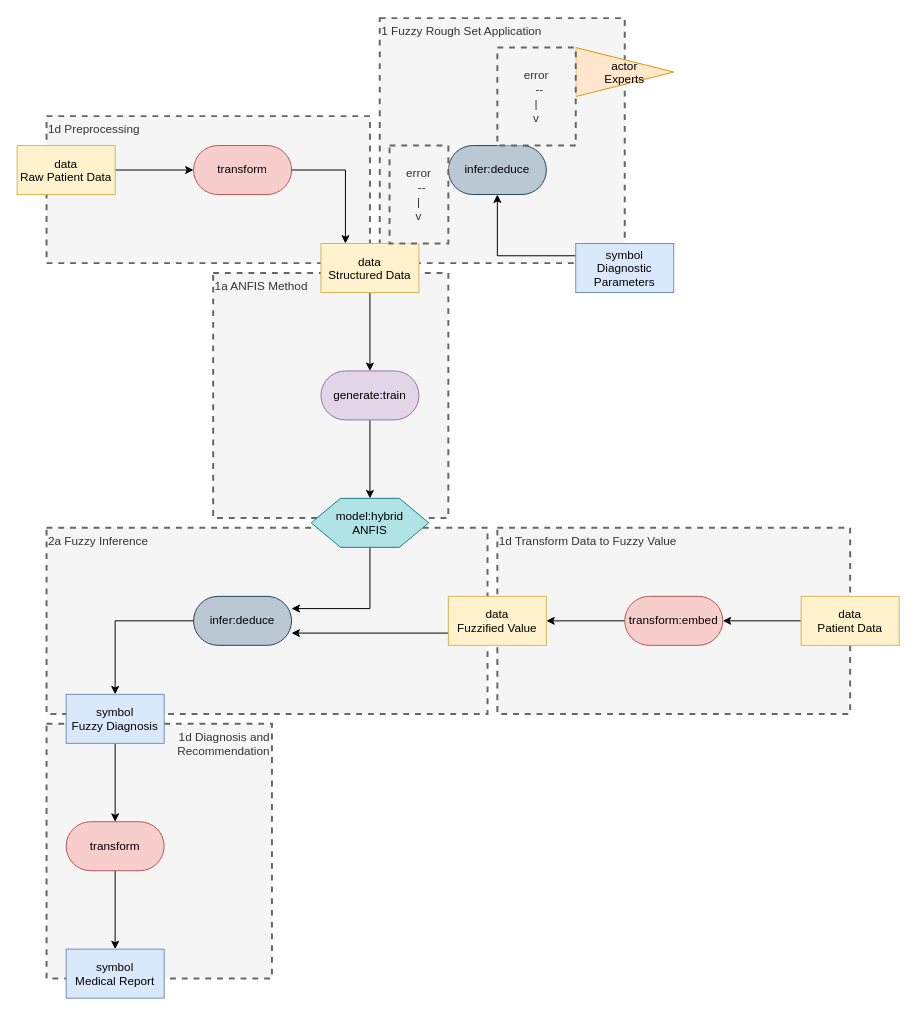
Above: page "Page-1" (1 of 2) of medical patterns to boxologies/Rules Embedded in ML architecture (REML)/Diagnosis of Mechanical Low Back Pain Using a Fuzzy Logic-Based Approach.drawio in zonnesmit/thesis (draw.io), before the change. Source tidied: cells renumbered, new cells numbered last; positions are measured from the earlier drawing's top-left corner, leaving out a move shared by most shapes. Both pictures are drawn from the tidied source at 98%, with x=0, y=0 at pixel (17, 18).
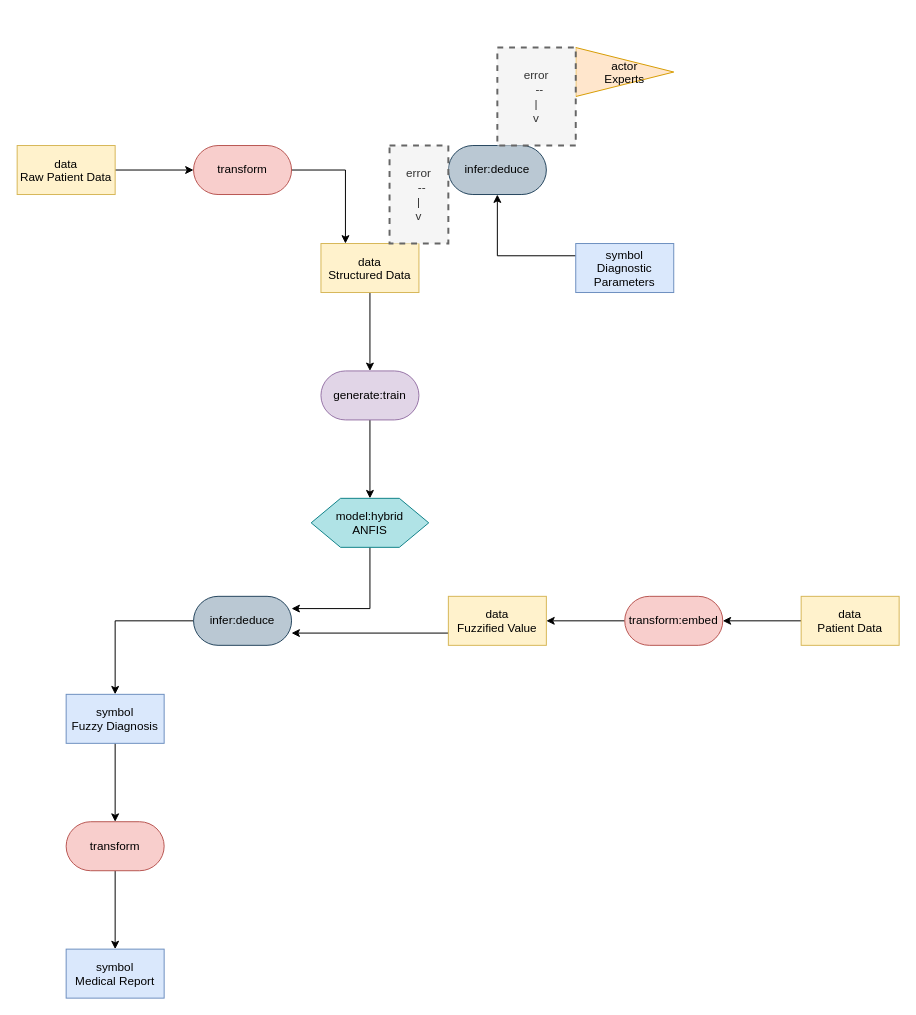
The same diagram, later.

Diff of the diagram source:
```diff
@@
-    <mxCell id="2" value="1d Transform Data to Fuzzy Value" style="text;html=1;align=left;verticalAlign=top;whiteSpace=wrap;rounded=0;dashed=1;fillColor=#f5f5f5;fontColor=#333333;strokeColor=#666666;strokeWidth=2;" parent="1" vertex="1">
-      <mxGeometry x="490" y="520" width="360" height="190" as="geometry" />
-    </mxCell>
-    <mxCell id="3" value="&lt;div&gt;1d Diagnosis and&lt;/div&gt;&lt;div&gt;Recommendation&lt;/div&gt;" style="text;html=1;align=right;verticalAlign=top;whiteSpace=wrap;rounded=0;dashed=1;fillColor=#f5f5f5;fontColor=#333333;strokeColor=#666666;strokeWidth=2;" parent="1" vertex="1">
-      <mxGeometry x="30" y="720" width="230" height="260" as="geometry" />
-    </mxCell>
-    <mxCell id="4" value="2a Fuzzy Inference" style="text;html=1;align=left;verticalAlign=top;whiteSpace=wrap;rounded=0;dashed=1;fillColor=#f5f5f5;fontColor=#333333;strokeColor=#666666;strokeWidth=2;" parent="1" vertex="1">
-      <mxGeometry x="30" y="520" width="450" height="190" as="geometry" />
-    </mxCell>
-    <mxCell id="5" value="1a ANFIS Method" style="text;html=1;align=left;verticalAlign=top;whiteSpace=wrap;rounded=0;dashed=1;fillColor=#f5f5f5;fontColor=#333333;strokeColor=#666666;strokeWidth=2;" parent="1" vertex="1">
-      <mxGeometry x="200" y="260" width="240" height="250" as="geometry" />
-    </mxCell>
-    <mxCell id="6" value="1d Preprocessing" style="text;html=1;align=left;verticalAlign=top;whiteSpace=wrap;rounded=0;dashed=1;fillColor=#f5f5f5;fontColor=#333333;strokeColor=#666666;strokeWidth=2;" parent="1" vertex="1">
-      <mxGeometry x="30" y="100" width="330" height="150" as="geometry" />
-    </mxCell>
-    <mxCell id="7" value="1 Fuzzy Rough Set Application" style="text;html=1;align=left;verticalAlign=top;whiteSpace=wrap;rounded=0;dashed=1;fillColor=#f5f5f5;fontColor=#333333;strokeColor=#666666;strokeWidth=2;" parent="1" vertex="1">
-      <mxGeometry x="370" width="250" height="250" as="geometry" />
-    </mxCell>
```
